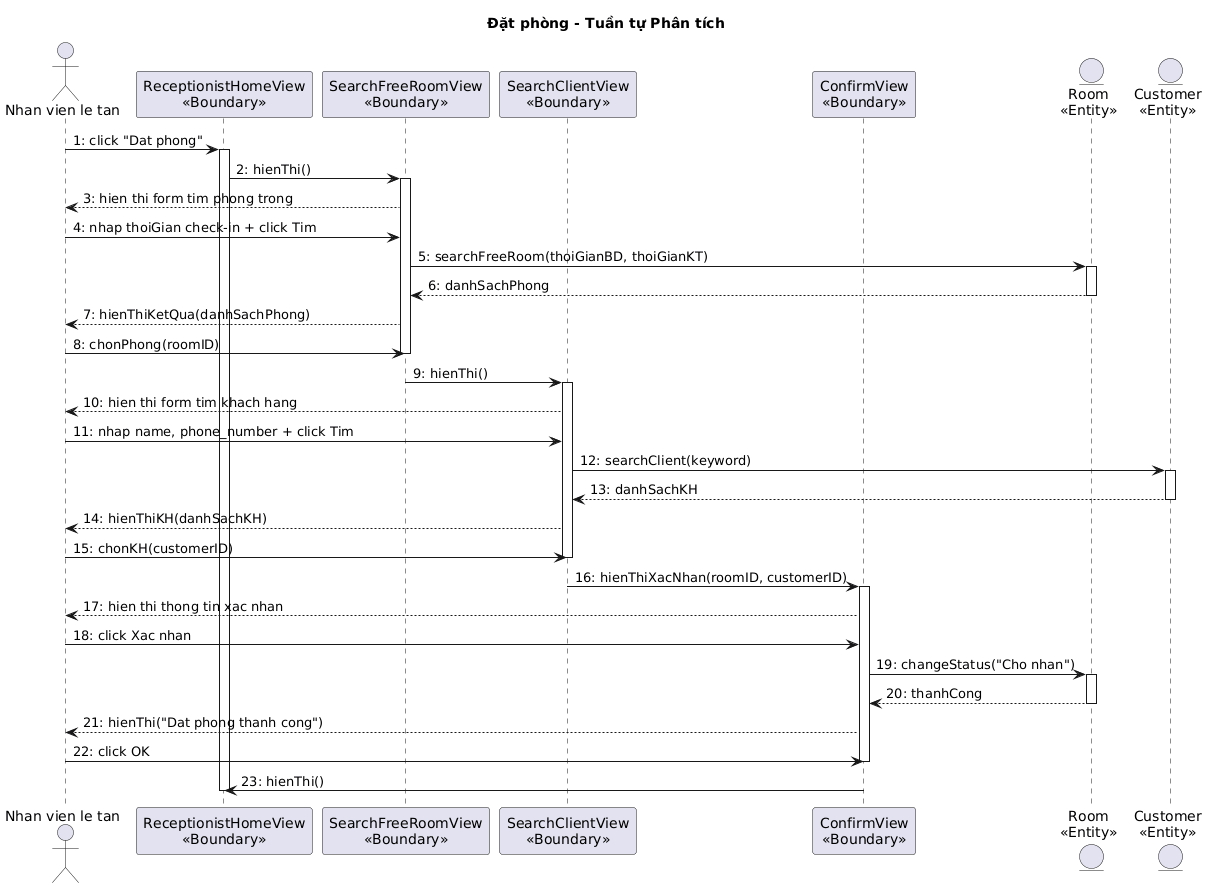
Above: output/diagrams/booking_aseq_datphong.png in thanhtrnnn/cnpm (PlantUML), before the change.
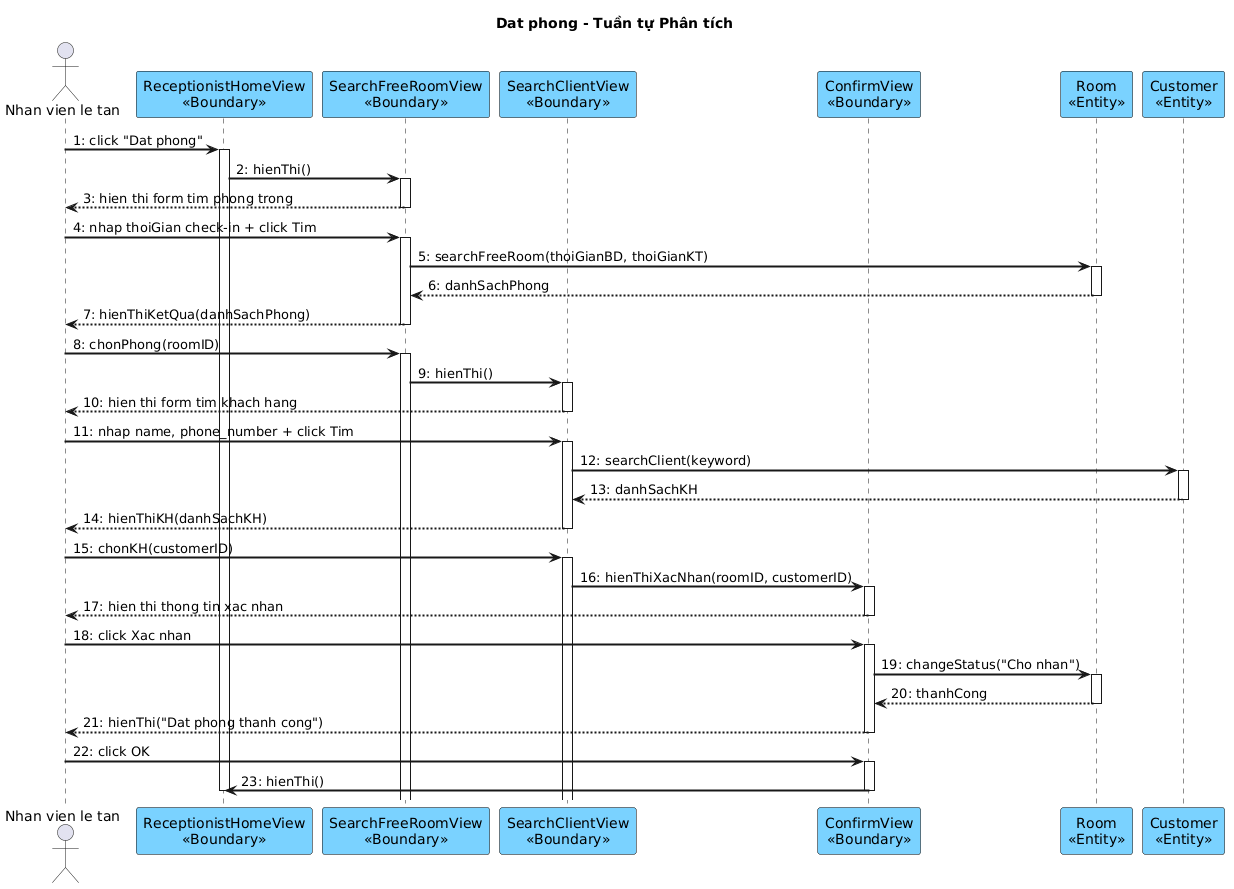
After the commit.

Change to the diagram source:
```diff
@@ -1,49 +1,75 @@
 @startuml
-title Đặt phòng - Tuần tự Phân tích
+skinparam shadowing false
+skinparam SequenceMessageAlign left
+skinparam SequenceArrowThickness 2
+skinparam ParticipantBackgroundColor #7AD2FF
+skinparam ParticipantBorderColor black
+skinparam BoundaryBackgroundColor #7AD2FF
+skinparam BoundaryBorderColor black
+skinparam EntityBackgroundColor #7AD2FF
+skinparam EntityBorderColor black
+
+title Dat phong - Tuần tự Phân tích
 
 actor "Nhan vien le tan" as NV
 participant "ReceptionistHomeView\n<<Boundary>>" as Home
-participant "SearchFreeRoomView\n<<Boundary>>" as SearchRoom
-participant "SearchClientView\n<<Boundary>>" as SearchClient
-participant "ConfirmView\n<<Boundary>>" as Confirm
-entity "Room\n<<Entity>>" as Room
-entity "Customer\n<<Entity>>" as Cust
+participant "SearchFreeRoomView\n<<Boundary>>" as SRF
+participant "SearchClientView\n<<Boundary>>" as SCF
+participant "ConfirmView\n<<Boundary>>" as CV
+participant "Room\n<<Entity>>" as Room
+participant "Customer\n<<Entity>>" as Cust
 
 NV -> Home : 1: click "Dat phong"
 activate Home
-Home -> SearchRoom : 2: hienThi()
-activate SearchRoom
-SearchRoom --> NV : 3: hien thi form tim phong trong
-NV -> SearchRoom : 4: nhap thoiGian check-in + click Tim
-SearchRoom -> Room : 5: searchFreeRoom(thoiGianBD, thoiGianKT)
+Home -> SRF : 2: hienThi()
+activate SRF
+SRF --> NV : 3: hien thi form tim phong trong
+deactivate SRF
+
+NV -> SRF : 4: nhap thoiGian check-in + click Tim
+activate SRF
+SRF -> Room : 5: searchFreeRoom(thoiGianBD, thoiGianKT)
 activate Room
-Room --> SearchRoom : 6: danhSachPhong
+Room --> SRF : 6: danhSachPhong
 deactivate Room
-SearchRoom --> NV : 7: hienThiKetQua(danhSachPhong)
-NV -> SearchRoom : 8: chonPhong(roomID)
-deactivate SearchRoom
-SearchRoom -> SearchClient : 9: hienThi()
-activate SearchClient
-SearchClient --> NV : 10: hien thi form tim khach hang
-NV -> SearchClient : 11: nhap name, phone_number + click Tim
-SearchClient -> Cust : 12: searchClient(keyword)
+SRF --> NV : 7: hienThiKetQua(danhSachPhong)
+deactivate SRF
+
+NV -> SRF : 8: chonPhong(roomID)
+activate SRF
+SRF -> SCF : 9: hienThi()
+activate SCF
+SCF --> NV : 10: hien thi form tim khach hang
+deactivate SCF
+
+NV -> SCF : 11: nhap name, phone_number + click Tim
+activate SCF
+SCF -> Cust : 12: searchClient(keyword)
 activate Cust
-Cust --> SearchClient : 13: danhSachKH
+Cust --> SCF : 13: danhSachKH
 deactivate Cust
-SearchClient --> NV : 14: hienThiKH(danhSachKH)
-NV -> SearchClient : 15: chonKH(customerID)
-deactivate SearchClient
-SearchClient -> Confirm : 16: hienThiXacNhan(roomID, customerID)
-activate Confirm
-Confirm --> NV : 17: hien thi thong tin xac nhan
-NV -> Confirm : 18: click Xac nhan
-Confirm -> Room : 19: changeStatus("Cho nhan")
+SCF --> NV : 14: hienThiKH(danhSachKH)
+deactivate SCF
+
+NV -> SCF : 15: chonKH(customerID)
+activate SCF
+SCF -> CV : 16: hienThiXacNhan(roomID, customerID)
+activate CV
+CV --> NV : 17: hien thi thong tin xac nhan
+deactivate CV
+
+NV -> CV : 18: click Xac nhan
+activate CV
+CV -> Room : 19: changeStatus("Cho nhan")
 activate Room
-Room --> Confirm : 20: thanhCong
+Room --> CV : 20: thanhCong
 deactivate Room
-Confirm --> NV : 21: hienThi("Dat phong thanh cong")
-NV -> Confirm : 22: click OK
-deactivate Confirm
-Confirm -> Home : 23: hienThi()
+CV --> NV : 21: hienThi("Dat phong thanh cong")
+deactivate CV
+
+NV -> CV : 22: click OK
+activate CV
+CV -> Home : 23: hienThi()
+deactivate CV
 deactivate Home
 @enduml
```
